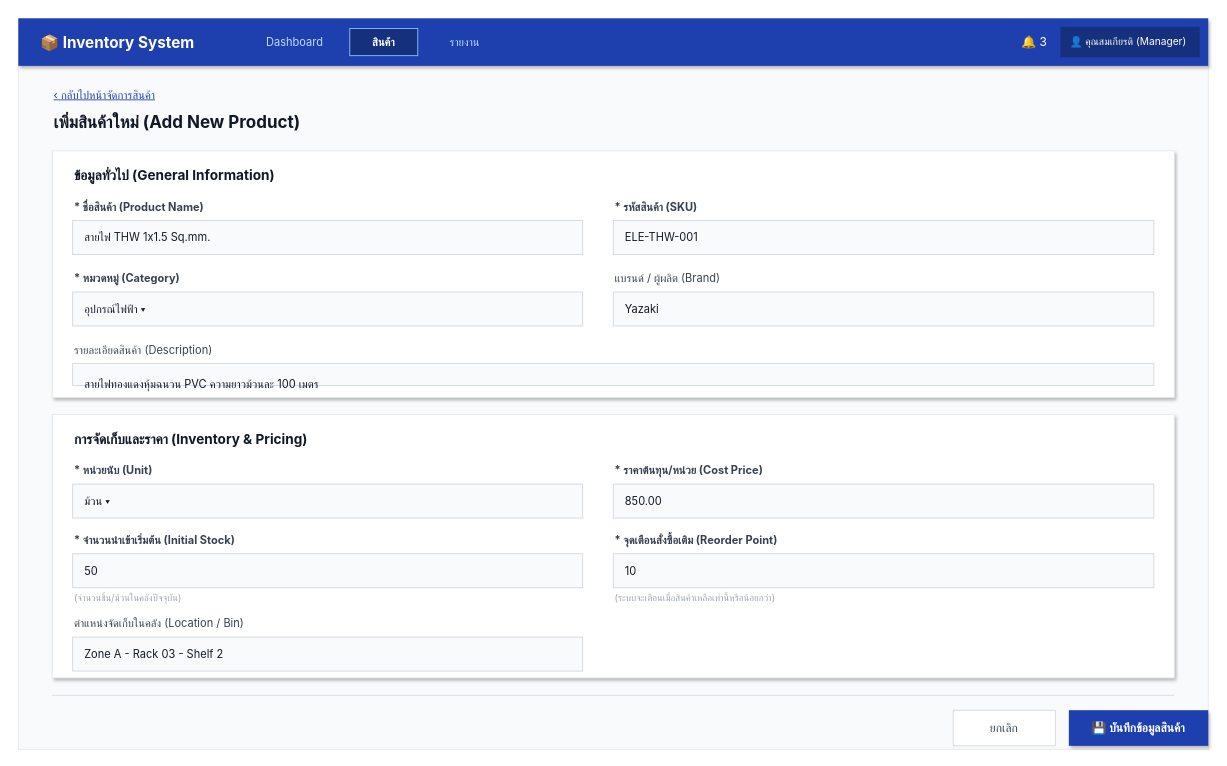
The draw.io diagram page "02 - Add Product" (3 of 3) of assets/mockup-inventory-system.drawio in jaran101/team-09-inventory, before the edit. Source tidied: cells renumbered, new cells numbered last; positions are measured from the earlier drawing's top-left corner, leaving out a move shared by most shapes. Both pictures are drawn from the tidied source at 85%, with x=0, y=0 at pixel (18, 18).
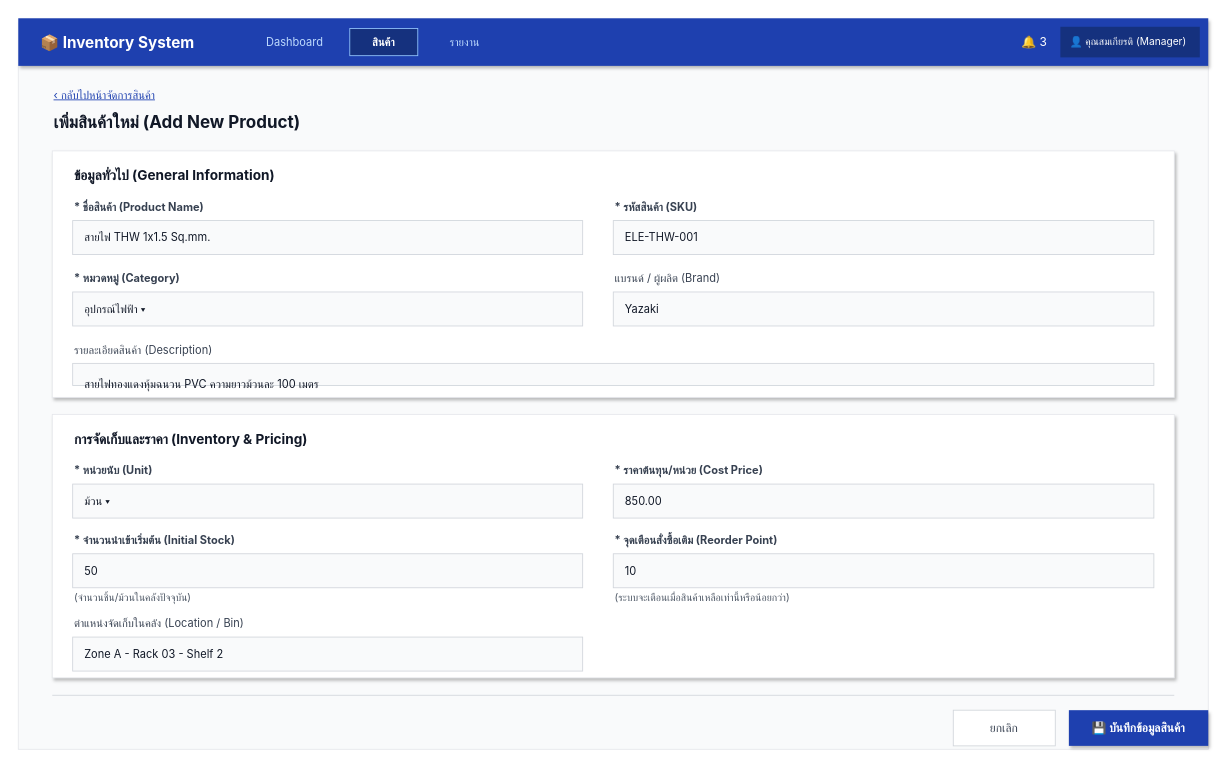
After the change.

What changed in the source:
```diff
@@
-    <mxCell id="32" value="(จำนวนชิ้น/ม้วนในคลังปัจจุบัน)" style="text;html=1;align=left;verticalAlign=middle;strokeColor=none;fillColor=none;fontColor=#9CA3AF;fontSize=11;fontFamily=Inter;" parent="1" vertex="1">
+    <mxCell id="32" value="(จำนวนชิ้น/ม้วนในคลังปัจจุบัน)" style="text;html=1;align=left;verticalAlign=middle;strokeColor=none;fillColor=none;fontColor=#4B5563;fontSize=12;fontFamily=Inter;" parent="1" vertex="1">
       <mxGeometry x="64" y="672" width="260" height="20" as="geometry" />
     </mxCell>
@@
-    <mxCell id="35" value="(ระบบจะเตือนเมื่อสินค้าเหลือเท่านี้หรือน้อยกว่า)" style="text;html=1;align=left;verticalAlign=middle;strokeColor=none;fillColor=none;fontColor=#9CA3AF;fontSize=11;fontFamily=Inter;" parent="1" vertex="1">
+    <mxCell id="35" value="(ระบบจะเตือนเมื่อสินค้าเหลือเท่านี้หรือน้อยกว่า)" style="text;html=1;align=left;verticalAlign=middle;strokeColor=none;fillColor=none;fontColor=#4B5563;fontSize=12;fontFamily=Inter;" parent="1" vertex="1">
       <mxGeometry x="700" y="672" width="370" height="20" as="geometry" />
     </mxCell>
```
